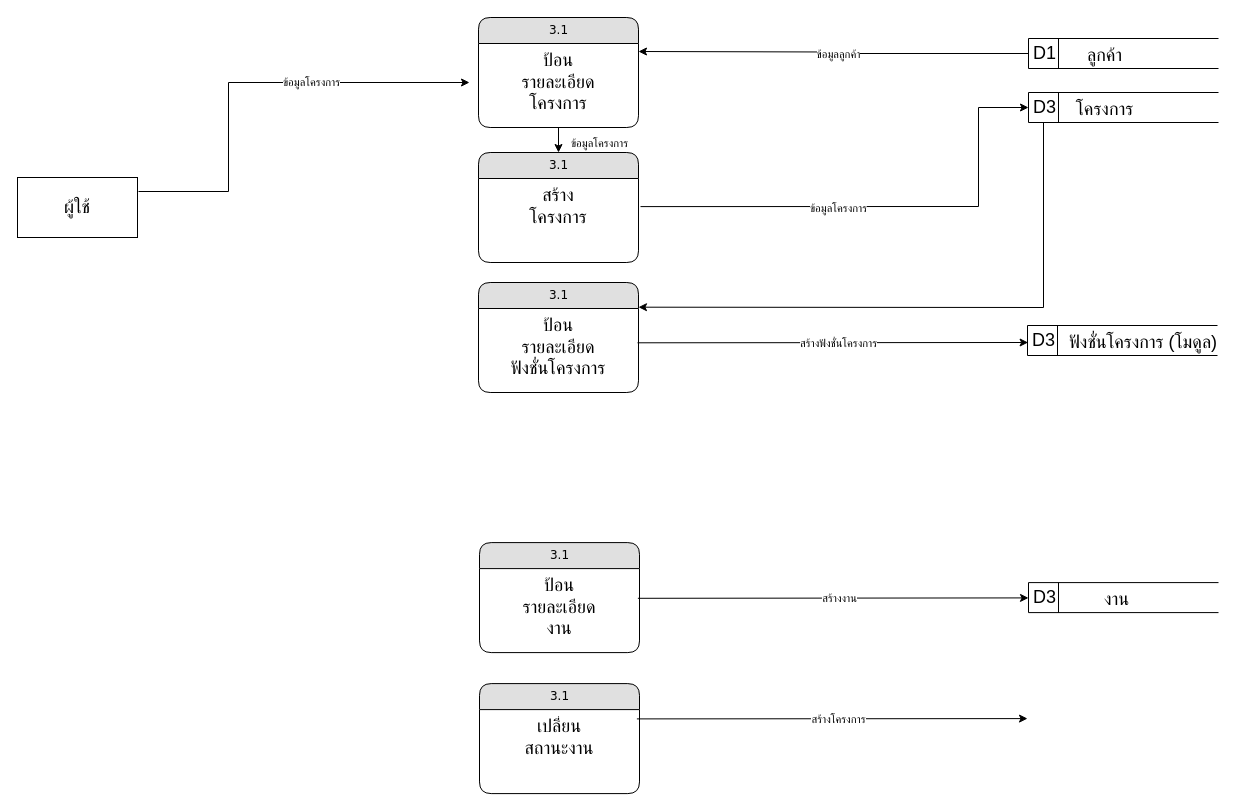
This is dataflow-pms-3.0.drawio from NewSnooker/it-udvc-pms, a draw.io file, before an edit. Source tidied: cells renumbered, new cells numbered last; positions are measured from the earlier drawing's top-left corner, leaving out a move shared by most shapes. Both pictures are drawn from the tidied source at 100%, with x=0, y=0 at pixel (17, 17).
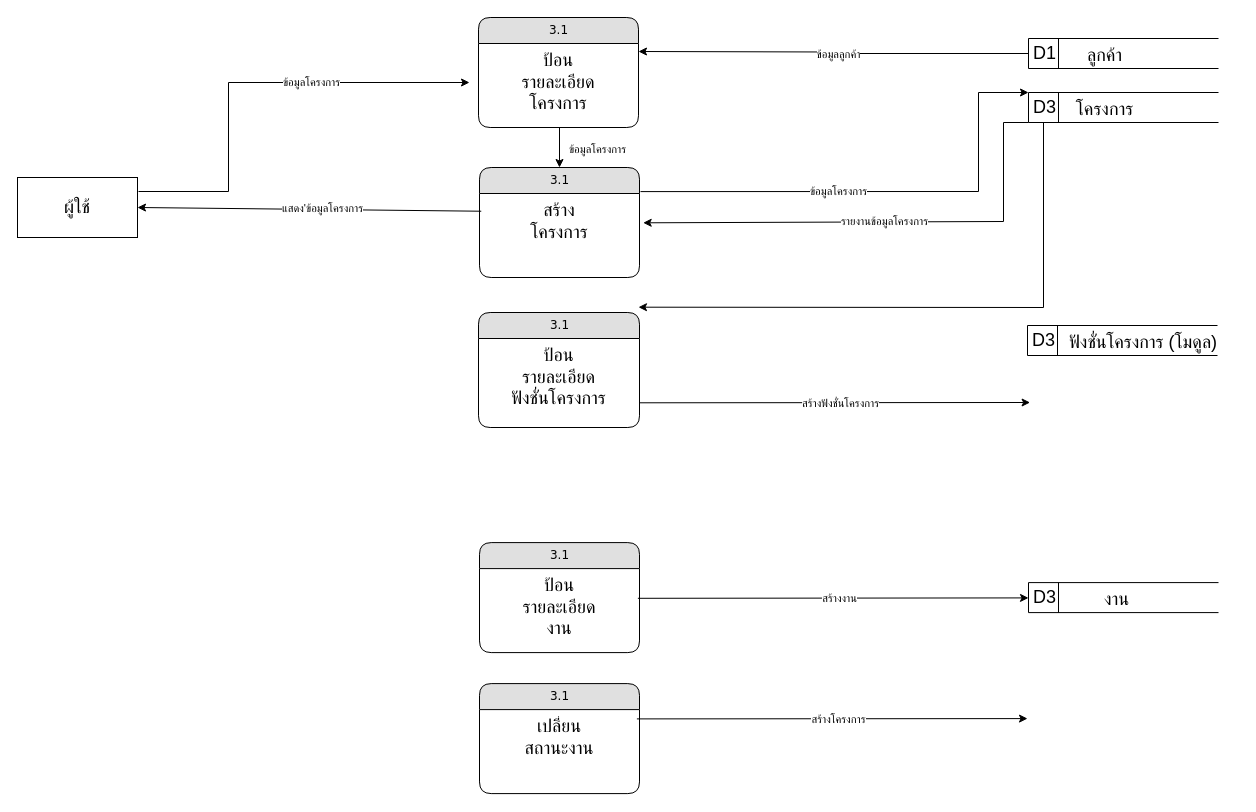
The same diagram, later.

Unchanged cells that the change refers to:
```xml
<mxCell id="2" value="3.1" style="swimlane;html=1;fontStyle=0;horizontal=1;startSize=26;fillColor=#e0e0e0;swimlaneFillColor=#ffffff;align=center;rounded=1;shadow=0;comic=0;labelBackgroundColor=none;strokeWidth=1;fontFamily=Verdana;fontSize=12;" parent="1" vertex="1">
  <mxGeometry x="461" width="160" height="110" as="geometry" />
</mxCell>
<mxCell id="4" value="&lt;span style=&quot;font-size: 18px; text-wrap-mode: nowrap;&quot;&gt;ผู้ใช้&lt;/span&gt;" style="rounded=0;whiteSpace=wrap;html=1;" parent="1" vertex="1">
  <mxGeometry y="160" width="120" height="60" as="geometry" />
</mxCell>
<mxCell id="9" value="&lt;font style=&quot;font-size: 18px;&quot;&gt;D3&lt;/font&gt;" style="html=1;dashed=0;whiteSpace=wrap;shape=mxgraph.dfd.dataStoreID;align=left;spacingLeft=3;points=[[0,0],[0.5,0],[1,0],[0,0.5],[1,0.5],[0,1],[0.5,1],[1,1]];" parent="8" vertex="1">
  <mxGeometry width="190" height="30" as="geometry" />
</mxCell>
<mxCell id="36" value="&lt;div&gt;&lt;span style=&quot;font-size: 18px;&quot;&gt;สร้าง&lt;/span&gt;&lt;/div&gt;&lt;div&gt;&lt;span style=&quot;font-size: 18px;&quot;&gt;โครงการ&lt;/span&gt;&lt;/div&gt;" style="text;html=1;strokeColor=none;fillColor=none;spacingLeft=4;spacingRight=4;whiteSpace=wrap;overflow=hidden;points=[[0,0.5],[1,0.5]];portConstraint=eastwest;align=center;" parent="35" vertex="1">
  <mxGeometry y="26" width="160" height="84" as="geometry" />
</mxCell>
```

Diff of the diagram source:
```diff
@@
     <mxCell id="11" value="3.1" style="swimlane;html=1;fontStyle=0;horizontal=1;startSize=26;fillColor=#e0e0e0;swimlaneFillColor=#ffffff;align=center;rounded=1;shadow=0;comic=0;labelBackgroundColor=none;strokeWidth=1;fontFamily=Verdana;fontSize=12;" parent="1" vertex="1">
-      <mxGeometry x="461" y="265" width="160" height="110" as="geometry" />
+      <mxGeometry x="461" y="295" width="161" height="115" as="geometry" />
     </mxCell>
     <mxCell id="12" value="&lt;div&gt;&lt;span style=&quot;font-size: 18px;&quot;&gt;ป้อน&lt;/span&gt;&lt;/div&gt;&lt;div&gt;&lt;span style=&quot;font-size: 18px;&quot;&gt;รายละเอียด&lt;/span&gt;&lt;/div&gt;&lt;div&gt;&lt;span style=&quot;font-size: 18px; background-color: initial;&quot;&gt;ฟังชั่น&lt;/span&gt;&lt;span style=&quot;background-color: initial; font-size: 18px;&quot;&gt;โครงการ&lt;/span&gt;&lt;/div&gt;" style="text;html=1;strokeColor=none;fillColor=none;spacingLeft=4;spacingRight=4;whiteSpace=wrap;overflow=hidden;align=center;" parent="11" vertex="1">
-      <mxGeometry y="26" width="160" height="84" as="geometry" />
+      <mxGeometry y="26" width="161" height="84" as="geometry" />
     </mxCell>
@@
     <mxCell id="17" style="endArrow=classic;html=1;rounded=0;entryX=0;entryY=0.5;entryDx=0;entryDy=0;exitX=0.984;exitY=0.373;exitDx=0;exitDy=0;exitPerimeter=0;" parent="1" edge="1">
       <mxGeometry relative="1" as="geometry">
-        <mxPoint x="620" y="325.3" as="sourcePoint" />
-        <mxPoint x="1010.6" y="325" as="targetPoint" />
+        <mxPoint x="622" y="385.3" as="sourcePoint" />
+        <mxPoint x="1012.6" y="385" as="targetPoint" />
       </mxGeometry>
     </mxCell>
@@
-    <mxCell id="19" style="endArrow=classic;html=1;rounded=0;exitX=0.984;exitY=0.373;exitDx=0;exitDy=0;exitPerimeter=0;entryX=0;entryY=0.5;entryDx=0;entryDy=0;" parent="1" edge="1" target="9">
+    <mxCell id="19" style="endArrow=classic;html=1;rounded=0;exitX=0.984;exitY=0.373;exitDx=0;exitDy=0;exitPerimeter=0;entryX=0;entryY=0.5;entryDx=0;entryDy=0;" parent="1" edge="1">
       <mxGeometry relative="1" as="geometry">
-        <mxPoint x="623" y="189.1" as="sourcePoint" />
+        <mxPoint x="623" y="174.1" as="sourcePoint" />
+        <mxPoint x="1011" y="75" as="targetPoint" />
         <Array as="points">
-          <mxPoint x="961" y="189" />
-          <mxPoint x="961" y="90" />
+          <mxPoint x="961" y="174" />
+          <mxPoint x="961" y="75" />
         </Array>
       </mxGeometry>
     </mxCell>
     <mxCell id="20" value="ข้อมูลโครงการ" style="edgeLabel;html=1;align=center;verticalAlign=middle;" parent="19" vertex="1">
       <mxGeometry x="-0.09" relative="1" as="geometry">
-        <mxPoint x="-24" y="1" as="offset" />
+        <mxPoint x="-24" y="-1" as="offset" />
       </mxGeometry>
     </mxCell>
     <mxCell id="21" value="ข้อมูลโครงการ" style="edgeLabel;html=1;align=center;verticalAlign=middle;" parent="19" vertex="1">
       <mxGeometry x="-0.09" relative="1" as="geometry">
-        <mxPoint x="-263" y="-64" as="offset" />
+        <mxPoint x="-265" y="-43" as="offset" />
       </mxGeometry>
     </mxCell>
@@
     <mxCell id="35" value="3.1" style="swimlane;html=1;fontStyle=0;horizontal=1;startSize=26;fillColor=#e0e0e0;swimlaneFillColor=#ffffff;align=center;rounded=1;shadow=0;comic=0;labelBackgroundColor=none;strokeWidth=1;fontFamily=Verdana;fontSize=12;" parent="1" vertex="1">
-      <mxGeometry x="461" y="135" width="160" height="110" as="geometry" />
+      <mxGeometry x="462" y="150" width="160" height="110" as="geometry" />
     </mxCell>
@@
-    <mxCell id="37" style="endArrow=classic;html=1;rounded=0;entryX=0.5;entryY=0;entryDx=0;entryDy=0;exitX=0.5;exitY=1;exitDx=0;exitDy=0;" parent="1" edge="1" source="2" target="35">
-      <mxGeometry relative="1" as="geometry" />
+    <mxCell id="37" style="endArrow=classic;html=1;rounded=0;entryX=0.5;entryY=0;entryDx=0;entryDy=0;" parent="1" edge="1" target="35">
+      <mxGeometry relative="1" as="geometry">
+        <mxPoint x="542" y="110" as="sourcePoint" />
+      </mxGeometry>
     </mxCell>
+    <mxCell id="38" style="endArrow=classic;html=1;rounded=0;entryX=1;entryY=0.5;entryDx=0;entryDy=0;exitX=0.011;exitY=0.211;exitDx=0;exitDy=0;exitPerimeter=0;" parent="1" edge="1" source="36" target="4">
+      <mxGeometry relative="1" as="geometry" />
+    </mxCell>
+    <mxCell id="39" value="แสดง'ข้อมูลโครงการ" style="edgeLabel;html=1;align=center;verticalAlign=middle;" parent="1" vertex="1">
+      <mxGeometry x="301" y="194" as="geometry">
+        <mxPoint x="3" y="-4" as="offset" />
+      </mxGeometry>
+    </mxCell>
+    <mxCell id="40" style="endArrow=classic;html=1;rounded=0;entryX=1.023;entryY=0.349;entryDx=0;entryDy=0;entryPerimeter=0;" parent="1" edge="1" target="36">
+      <mxGeometry relative="1" as="geometry">
+        <mxPoint x="1011" y="105" as="sourcePoint" />
+        <Array as="points">
+          <mxPoint x="986" y="105" />
+          <mxPoint x="986" y="204" />
+        </Array>
+      </mxGeometry>
+    </mxCell>
+    <mxCell id="41" value="รายงานข้อมูลโครงการ" style="edgeLabel;html=1;align=center;verticalAlign=middle;" parent="40" vertex="1">
+      <mxGeometry x="-0.09" relative="1" as="geometry">
+        <mxPoint x="-24" y="-1" as="offset" />
+      </mxGeometry>
+    </mxCell>
```
